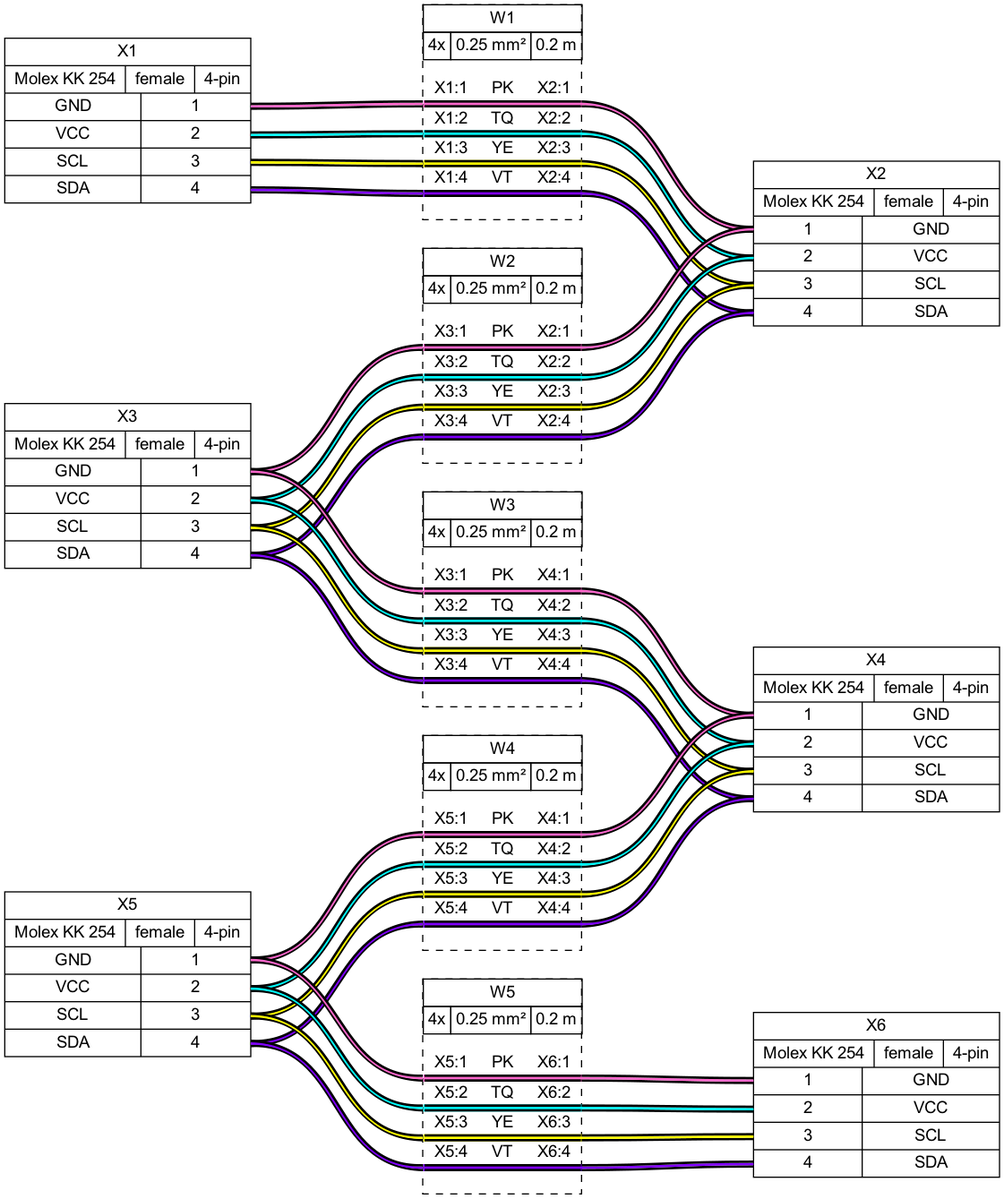
Above: examples/ex06.png in wireviz/WireViz (Graphviz), before the change. Its source is kept beside it as examples/ex06.gv.
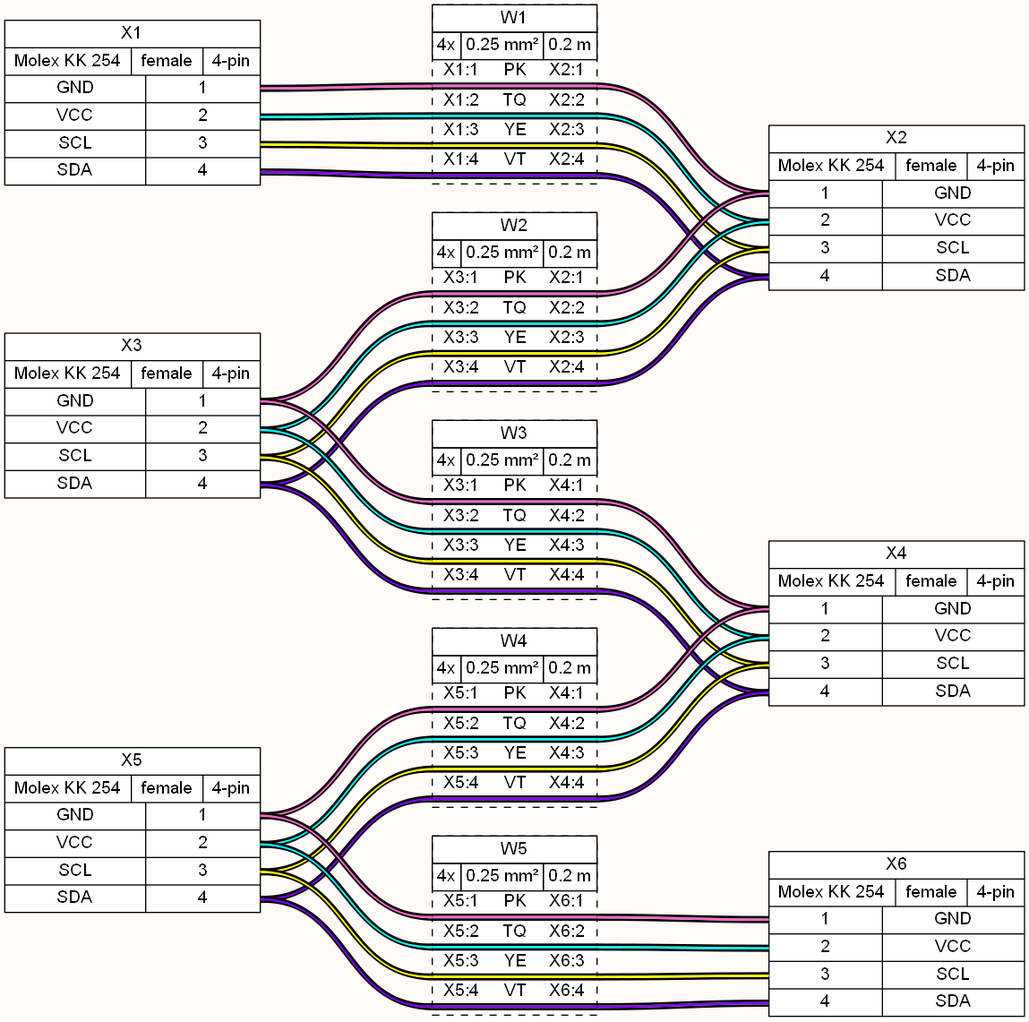
After the change.

Diff of the diagram source:
```diff
@@ -1,5 +1,5 @@
 graph {
-	graph [bgcolor=white fontname=arial nodesep=0.33 rankdir=LR ranksep=2]
+	graph [bgcolor="#fffbf8" fontname=arial nodesep=0.33 rankdir=LR ranksep=2]
 	node [fillcolor=white fontname=arial shape=record style=filled]
 	edge [fontname=arial style=bold]
 	X1 [label="X1|{Molex KK 254|female|4-pin}|{{GND|VCC|SCL|SDA}|{<p1r>1|<p2r>2|<p3r>3|<p4r>4}}"]
@@ -20,7 +20,7 @@
 	edge [color="#000000:#8000ff:#000000"]
 	X1:p4r:e -- W1:w4:w
 	W1:w4:e -- X2:p4l:w
-	W1 [label=<<table border="0" cellspacing="0" cellpadding="0"><tr><td><table border="0" cellspacing="0" cellpadding="3" cellborder="1"><tr><td colspan="3">W1</td></tr><tr><td>4x</td><td>0.25 mm²</td><td>0.2 m</td></tr></table></td></tr><tr><td>&nbsp;</td></tr><tr><td><table border="0" cellspacing="0" cellborder="0"><tr><td>X1:1</td><td>PK</td><td>X2:1</td></tr><tr><td colspan="3" cellpadding="0" height="6" bgcolor="#ff66cc" border="2" sides="tb" port="w1"></td></tr><tr><td>X1:2</td><td>TQ</td><td>X2:2</td></tr><tr><td colspan="3" cellpadding="0" height="6" bgcolor="#00ffff" border="2" sides="tb" port="w2"></td></tr><tr><td>X1:3</td><td>YE</td><td>X2:3</td></tr><tr><td colspan="3" cellpadding="0" height="6" bgcolor="#ffff00" border="2" sides="tb" port="w3"></td></tr><tr><td>X1:4</td><td>VT</td><td>X2:4</td></tr><tr><td colspan="3" cellpadding="0" height="6" bgcolor="#8000ff" border="2" sides="tb" port="w4"></td></tr><tr><td>&nbsp;</td></tr></table></td></tr></table>> fillcolor=white margin=0 shape=box style="filled,dashed"]
+	W1 [label=<<table border="0" cellspacing="0" cellpadding="0"><tr><td><table border="0" cellspacing="0" cellpadding="3" cellborder="1"><tr><td colspan="3">W1</td></tr><tr><td>4x</td><td>0.25 mm²</td><td>0.2 m</td></tr></table></td></tr><tr><td></td></tr><tr><td><table border="0" cellspacing="0" cellborder="0"><tr><td>X1:1</td><td>PK</td><td>X2:1</td></tr><tr><td colspan="3" border="0" cellspacing="0" cellpadding="0" port="w1" height="6"><table cellspacing="0" cellborder="0" border = "0"><tr><td colspan="3" cellpadding="0" height="2" bgcolor="#000000" border="0"></td></tr><tr><td colspan="3" cellpadding="0" height="2" bgcolor="#ff66cc" border="0"></td></tr><tr><td colspan="3" cellpadding="0" height="2" bgcolor="#000000" border="0"></td></tr></table></td></tr><tr><td>X1:2</td><td>TQ</td><td>X2:2</td></tr><tr><td colspan="3" border="0" cellspacing="0" cellpadding="0" port="w2" height="6"><table cellspacing="0" cellborder="0" border = "0"><tr><td colspan="3" cellpadding="0" height="2" bgcolor="#000000" border="0"></td></tr><tr><td colspan="3" cellpadding="0" height="2" bgcolor="#00ffff" border="0"></td></tr><tr><td colspan="3" cellpadding="0" height="2" bgcolor="#000000" border="0"></td></tr></table></td></tr><tr><td>X1:3</td><td>YE</td><td>X2:3</td></tr><tr><td colspan="3" border="0" cellspacing="0" cellpadding="0" port="w3" height="6"><table cellspacing="0" cellborder="0" border = "0"><tr><td colspan="3" cellpadding="0" height="2" bgcolor="#000000" border="0"></td></tr><tr><td colspan="3" cellpadding="0" height="2" bgcolor="#ffff00" border="0"></td></tr><tr><td colspan="3" cellpadding="0" height="2" bgcolor="#000000" border="0"></td></tr></table></td></tr><tr><td>X1:4</td><td>VT</td><td>X2:4</td></tr><tr><td colspan="3" border="0" cellspacing="0" cellpadding="0" port="w4" height="6"><table cellspacing="0" cellborder="0" border = "0"><tr><td colspan="3" cellpadding="0" height="2" bgcolor="#000000" border="0"></td></tr><tr><td colspan="3" cellpadding="0" height="2" bgcolor="#8000ff" border="0"></td></tr><tr><td colspan="3" cellpadding="0" height="2" bgcolor="#000000" border="0"></td></tr></table></td></tr><tr><td></td></tr></table></td></tr></table>> fillcolor=white margin=0 shape=box style="filled,dashed"]
 	edge [color="#000000:#ff66cc:#000000"]
 	X3:p1r:e -- W2:w1:w
 	W2:w1:e -- X2:p1l:w
@@ -33,7 +33,7 @@
 	edge [color="#000000:#8000ff:#000000"]
 	X3:p4r:e -- W2:w4:w
 	W2:w4:e -- X2:p4l:w
-	W2 [label=<<table border="0" cellspacing="0" cellpadding="0"><tr><td><table border="0" cellspacing="0" cellpadding="3" cellborder="1"><tr><td colspan="3">W2</td></tr><tr><td>4x</td><td>0.25 mm²</td><td>0.2 m</td></tr></table></td></tr><tr><td>&nbsp;</td></tr><tr><td><table border="0" cellspacing="0" cellborder="0"><tr><td>X3:1</td><td>PK</td><td>X2:1</td></tr><tr><td colspan="3" cellpadding="0" height="6" bgcolor="#ff66cc" border="2" sides="tb" port="w1"></td></tr><tr><td>X3:2</td><td>TQ</td><td>X2:2</td></tr><tr><td colspan="3" cellpadding="0" height="6" bgcolor="#00ffff" border="2" sides="tb" port="w2"></td></tr><tr><td>X3:3</td><td>YE</td><td>X2:3</td></tr><tr><td colspan="3" cellpadding="0" height="6" bgcolor="#ffff00" border="2" sides="tb" port="w3"></td></tr><tr><td>X3:4</td><td>VT</td><td>X2:4</td></tr><tr><td colspan="3" cellpadding="0" height="6" bgcolor="#8000ff" border="2" sides="tb" port="w4"></td></tr><tr><td>&nbsp;</td></tr></table></td></tr></table>> fillcolor=white margin=0 shape=box style="filled,dashed"]
+	W2 [label=<<table border="0" cellspacing="0" cellpadding="0"><tr><td><table border="0" cellspacing="0" cellpadding="3" cellborder="1"><tr><td colspan="3">W2</td></tr><tr><td>4x</td><td>0.25 mm²</td><td>0.2 m</td></tr></table></td></tr><tr><td></td></tr><tr><td><table border="0" cellspacing="0" cellborder="0"><tr><td>X3:1</td><td>PK</td><td>X2:1</td></tr><tr><td colspan="3" border="0" cellspacing="0" cellpadding="0" port="w1" height="6"><table cellspacing="0" cellborder="0" border = "0"><tr><td colspan="3" cellpadding="0" height="2" bgcolor="#000000" border="0"></td></tr><tr><td colspan="3" cellpadding="0" height="2" bgcolor="#ff66cc" border="0"></td></tr><tr><td colspan="3" cellpadding="0" height="2" bgcolor="#000000" border="0"></td></tr></table></td></tr><tr><td>X3:2</td><td>TQ</td><td>X2:2</td></tr><tr><td colspan="3" border="0" cellspacing="0" cellpadding="0" port="w2" height="6"><table cellspacing="0" cellborder="0" border = "0"><tr><td colspan="3" cellpadding="0" height="2" bgcolor="#000000" border="0"></td></tr><tr><td colspan="3" cellpadding="0" height="2" bgcolor="#00ffff" border="0"></td></tr><tr><td colspan="3" cellpadding="0" height="2" bgcolor="#000000" border="0"></td></tr></table></td></tr><tr><td>X3:3</td><td>YE</td><td>X2:3</td></tr><tr><td colspan="3" border="0" cellspacing="0" cellpadding="0" port="w3" height="6"><table cellspacing="0" cellborder="0" border = "0"><tr><td colspan="3" cellpadding="0" height="2" bgcolor="#000000" border="0"></td></tr><tr><td colspan="3" cellpadding="0" height="2" bgcolor="#ffff00" border="0"></td></tr><tr><td colspan="3" cellpadding="0" height="2" bgcolor="#000000" border="0"></td></tr></table></td></tr><tr><td>X3:4</td><td>VT</td><td>X2:4</td></tr><tr><td colspan="3" border="0" cellspacing="0" cellpadding="0" port="w4" height="6"><table cellspacing="0" cellborder="0" border = "0"><tr><td colspan="3" cellpadding="0" height="2" bgcolor="#000000" border="0"></td></tr><tr><td colspan="3" cellpadding="0" height="2" bgcolor="#8000ff" border="0"></td></tr><tr><td colspan="3" cellpadding="0" height="2" bgcolor="#000000" border="0"></td></tr></table></td></tr><tr><td></td></tr></table></td></tr></table>> fillcolor=white margin=0 shape=box style="filled,dashed"]
 	edge [color="#000000:#ff66cc:#000000"]
 	X3:p1r:e -- W3:w1:w
 	W3:w1:e -- X4:p1l:w
@@ -46,7 +46,7 @@
 	edge [color="#000000:#8000ff:#000000"]
 	X3:p4r:e -- W3:w4:w
 	W3:w4:e -- X4:p4l:w
-	W3 [label=<<table border="0" cellspacing="0" cellpadding="0"><tr><td><table border="0" cellspacing="0" cellpadding="3" cellborder="1"><tr><td colspan="3">W3</td></tr><tr><td>4x</td><td>0.25 mm²</td><td>0.2 m</td></tr></table></td></tr><tr><td>&nbsp;</td></tr><tr><td><table border="0" cellspacing="0" cellborder="0"><tr><td>X3:1</td><td>PK</td><td>X4:1</td></tr><tr><td colspan="3" cellpadding="0" height="6" bgcolor="#ff66cc" border="2" sides="tb" port="w1"></td></tr><tr><td>X3:2</td><td>TQ</td><td>X4:2</td></tr><tr><td colspan="3" cellpadding="0" height="6" bgcolor="#00ffff" border="2" sides="tb" port="w2"></td></tr><tr><td>X3:3</td><td>YE</td><td>X4:3</td></tr><tr><td colspan="3" cellpadding="0" height="6" bgcolor="#ffff00" border="2" sides="tb" port="w3"></td></tr><tr><td>X3:4</td><td>VT</td><td>X4:4</td></tr><tr><td colspan="3" cellpadding="0" height="6" bgcolor="#8000ff" border="2" sides="tb" port="w4"></td></tr><tr><td>&nbsp;</td></tr></table></td></tr></table>> fillcolor=white margin=0 shape=box style="filled,dashed"]
+	W3 [label=<<table border="0" cellspacing="0" cellpadding="0"><tr><td><table border="0" cellspacing="0" cellpadding="3" cellborder="1"><tr><td colspan="3">W3</td></tr><tr><td>4x</td><td>0.25 mm²</td><td>0.2 m</td></tr></table></td></tr><tr><td></td></tr><tr><td><table border="0" cellspacing="0" cellborder="0"><tr><td>X3:1</td><td>PK</td><td>X4:1</td></tr><tr><td colspan="3" border="0" cellspacing="0" cellpadding="0" port="w1" height="6"><table cellspacing="0" cellborder="0" border = "0"><tr><td colspan="3" cellpadding="0" height="2" bgcolor="#000000" border="0"></td></tr><tr><td colspan="3" cellpadding="0" height="2" bgcolor="#ff66cc" border="0"></td></tr><tr><td colspan="3" cellpadding="0" height="2" bgcolor="#000000" border="0"></td></tr></table></td></tr><tr><td>X3:2</td><td>TQ</td><td>X4:2</td></tr><tr><td colspan="3" border="0" cellspacing="0" cellpadding="0" port="w2" height="6"><table cellspacing="0" cellborder="0" border = "0"><tr><td colspan="3" cellpadding="0" height="2" bgcolor="#000000" border="0"></td></tr><tr><td colspan="3" cellpadding="0" height="2" bgcolor="#00ffff" border="0"></td></tr><tr><td colspan="3" cellpadding="0" height="2" bgcolor="#000000" border="0"></td></tr></table></td></tr><tr><td>X3:3</td><td>YE</td><td>X4:3</td></tr><tr><td colspan="3" border="0" cellspacing="0" cellpadding="0" port="w3" height="6"><table cellspacing="0" cellborder="0" border = "0"><tr><td colspan="3" cellpadding="0" height="2" bgcolor="#000000" border="0"></td></tr><tr><td colspan="3" cellpadding="0" height="2" bgcolor="#ffff00" border="0"></td></tr><tr><td colspan="3" cellpadding="0" height="2" bgcolor="#000000" border="0"></td></tr></table></td></tr><tr><td>X3:4</td><td>VT</td><td>X4:4</td></tr><tr><td colspan="3" border="0" cellspacing="0" cellpadding="0" port="w4" height="6"><table cellspacing="0" cellborder="0" border = "0"><tr><td colspan="3" cellpadding="0" height="2" bgcolor="#000000" border="0"></td></tr><tr><td colspan="3" cellpadding="0" height="2" bgcolor="#8000ff" border="0"></td></tr><tr><td colspan="3" cellpadding="0" height="2" bgcolor="#000000" border="0"></td></tr></table></td></tr><tr><td></td></tr></table></td></tr></table>> fillcolor=white margin=0 shape=box style="filled,dashed"]
 	edge [color="#000000:#ff66cc:#000000"]
 	X5:p1r:e -- W4:w1:w
 	W4:w1:e -- X4:p1l:w
@@ -59,7 +59,7 @@
 	edge [color="#000000:#8000ff:#000000"]
 	X5:p4r:e -- W4:w4:w
 	W4:w4:e -- X4:p4l:w
-	W4 [label=<<table border="0" cellspacing="0" cellpadding="0"><tr><td><table border="0" cellspacing="0" cellpadding="3" cellborder="1"><tr><td colspan="3">W4</td></tr><tr><td>4x</td><td>0.25 mm²</td><td>0.2 m</td></tr></table></td></tr><tr><td>&nbsp;</td></tr><tr><td><table border="0" cellspacing="0" cellborder="0"><tr><td>X5:1</td><td>PK</td><td>X4:1</td></tr><tr><td colspan="3" cellpadding="0" height="6" bgcolor="#ff66cc" border="2" sides="tb" port="w1"></td></tr><tr><td>X5:2</td><td>TQ</td><td>X4:2</td></tr><tr><td colspan="3" cellpadding="0" height="6" bgcolor="#00ffff" border="2" sides="tb" port="w2"></td></tr><tr><td>X5:3</td><td>YE</td><td>X4:3</td></tr><tr><td colspan="3" cellpadding="0" height="6" bgcolor="#ffff00" border="2" sides="tb" port="w3"></td></tr><tr><td>X5:4</td><td>VT</td><td>X4:4</td></tr><tr><td colspan="3" cellpadding="0" height="6" bgcolor="#8000ff" border="2" sides="tb" port="w4"></td></tr><tr><td>&nbsp;</td></tr></table></td></tr></table>> fillcolor=white margin=0 shape=box style="filled,dashed"]
+	W4 [label=<<table border="0" cellspacing="0" cellpadding="0"><tr><td><table border="0" cellspacing="0" cellpadding="3" cellborder="1"><tr><td colspan="3">W4</td></tr><tr><td>4x</td><td>0.25 mm²</td><td>0.2 m</td></tr></table></td></tr><tr><td></td></tr><tr><td><table border="0" cellspacing="0" cellborder="0"><tr><td>X5:1</td><td>PK</td><td>X4:1</td></tr><tr><td colspan="3" border="0" cellspacing="0" cellpadding="0" port="w1" height="6"><table cellspacing="0" cellborder="0" border = "0"><tr><td colspan="3" cellpadding="0" height="2" bgcolor="#000000" border="0"></td></tr><tr><td colspan="3" cellpadding="0" height="2" bgcolor="#ff66cc" border="0"></td></tr><tr><td colspan="3" cellpadding="0" height="2" bgcolor="#000000" border="0"></td></tr></table></td></tr><tr><td>X5:2</td><td>TQ</td><td>X4:2</td></tr><tr><td colspan="3" border="0" cellspacing="0" cellpadding="0" port="w2" height="6"><table cellspacing="0" cellborder="0" border = "0"><tr><td colspan="3" cellpadding="0" height="2" bgcolor="#000000" border="0"></td></tr><tr><td colspan="3" cellpadding="0" height="2" bgcolor="#00ffff" border="0"></td></tr><tr><td colspan="3" cellpadding="0" height="2" bgcolor="#000000" border="0"></td></tr></table></td></tr><tr><td>X5:3</td><td>YE</td><td>X4:3</td></tr><tr><td colspan="3" border="0" cellspacing="0" cellpadding="0" port="w3" height="6"><table cellspacing="0" cellborder="0" border = "0"><tr><td colspan="3" cellpadding="0" height="2" bgcolor="#000000" border="0"></td></tr><tr><td colspan="3" cellpadding="0" height="2" bgcolor="#ffff00" border="0"></td></tr><tr><td colspan="3" cellpadding="0" height="2" bgcolor="#000000" border="0"></td></tr></table></td></tr><tr><td>X5:4</td><td>VT</td><td>X4:4</td></tr><tr><td colspan="3" border="0" cellspacing="0" cellpadding="0" port="w4" height="6"><table cellspacing="0" cellborder="0" border = "0"><tr><td colspan="3" cellpadding="0" height="2" bgcolor="#000000" border="0"></td></tr><tr><td colspan="3" cellpadding="0" height="2" bgcolor="#8000ff" border="0"></td></tr><tr><td colspan="3" cellpadding="0" height="2" bgcolor="#000000" border="0"></td></tr></table></td></tr><tr><td></td></tr></table></td></tr></table>> fillcolor=white margin=0 shape=box style="filled,dashed"]
 	edge [color="#000000:#ff66cc:#000000"]
 	X5:p1r:e -- W5:w1:w
 	W5:w1:e -- X6:p1l:w
@@ -72,5 +72,5 @@
 	edge [color="#000000:#8000ff:#000000"]
 	X5:p4r:e -- W5:w4:w
 	W5:w4:e -- X6:p4l:w
-	W5 [label=<<table border="0" cellspacing="0" cellpadding="0"><tr><td><table border="0" cellspacing="0" cellpadding="3" cellborder="1"><tr><td colspan="3">W5</td></tr><tr><td>4x</td><td>0.25 mm²</td><td>0.2 m</td></tr></table></td></tr><tr><td>&nbsp;</td></tr><tr><td><table border="0" cellspacing="0" cellborder="0"><tr><td>X5:1</td><td>PK</td><td>X6:1</td></tr><tr><td colspan="3" cellpadding="0" height="6" bgcolor="#ff66cc" border="2" sides="tb" port="w1"></td></tr><tr><td>X5:2</td><td>TQ</td><td>X6:2</td></tr><tr><td colspan="3" cellpadding="0" height="6" bgcolor="#00ffff" border="2" sides="tb" port="w2"></td></tr><tr><td>X5:3</td><td>YE</td><td>X6:3</td></tr><tr><td colspan="3" cellpadding="0" height="6" bgcolor="#ffff00" border="2" sides="tb" port="w3"></td></tr><tr><td>X5:4</td><td>VT</td><td>X6:4</td></tr><tr><td colspan="3" cellpadding="0" height="6" bgcolor="#8000ff" border="2" sides="tb" port="w4"></td></tr><tr><td>&nbsp;</td></tr></table></td></tr></table>> fillcolor=white margin=0 shape=box style="filled,dashed"]
+	W5 [label=<<table border="0" cellspacing="0" cellpadding="0"><tr><td><table border="0" cellspacing="0" cellpadding="3" cellborder="1"><tr><td colspan="3">W5</td></tr><tr><td>4x</td><td>0.25 mm²</td><td>0.2 m</td></tr></table></td></tr><tr><td></td></tr><tr><td><table border="0" cellspacing="0" cellborder="0"><tr><td>X5:1</td><td>PK</td><td>X6:1</td></tr><tr><td colspan="3" border="0" cellspacing="0" cellpadding="0" port="w1" height="6"><table cellspacing="0" cellborder="0" border = "0"><tr><td colspan="3" cellpadding="0" height="2" bgcolor="#000000" border="0"></td></tr><tr><td colspan="3" cellpadding="0" height="2" bgcolor="#ff66cc" border="0"></td></tr><tr><td colspan="3" cellpadding="0" height="2" bgcolor="#000000" border="0"></td></tr></table></td></tr><tr><td>X5:2</td><td>TQ</td><td>X6:2</td></tr><tr><td colspan="3" border="0" cellspacing="0" cellpadding="0" port="w2" height="6"><table cellspacing="0" cellborder="0" border = "0"><tr><td colspan="3" cellpadding="0" height="2" bgcolor="#000000" border="0"></td></tr><tr><td colspan="3" cellpadding="0" height="2" bgcolor="#00ffff" border="0"></td></tr><tr><td colspan="3" cellpadding="0" height="2" bgcolor="#000000" border="0"></td></tr></table></td></tr><tr><td>X5:3</td><td>YE</td><td>X6:3</td></tr><tr><td colspan="3" border="0" cellspacing="0" cellpadding="0" port="w3" height="6"><table cellspacing="0" cellborder="0" border = "0"><tr><td colspan="3" cellpadding="0" height="2" bgcolor="#000000" border="0"></td></tr><tr><td colspan="3" cellpadding="0" height="2" bgcolor="#ffff00" border="0"></td></tr><tr><td colspan="3" cellpadding="0" height="2" bgcolor="#000000" border="0"></td></tr></table></td></tr><tr><td>X5:4</td><td>VT</td><td>X6:4</td></tr><tr><td colspan="3" border="0" cellspacing="0" cellpadding="0" port="w4" height="6"><table cellspacing="0" cellborder="0" border = "0"><tr><td colspan="3" cellpadding="0" height="2" bgcolor="#000000" border="0"></td></tr><tr><td colspan="3" cellpadding="0" height="2" bgcolor="#8000ff" border="0"></td></tr><tr><td colspan="3" cellpadding="0" height="2" bgcolor="#000000" border="0"></td></tr></table></td></tr><tr><td></td></tr></table></td></tr></table>> fillcolor=white margin=0 shape=box style="filled,dashed"]
 }
```
